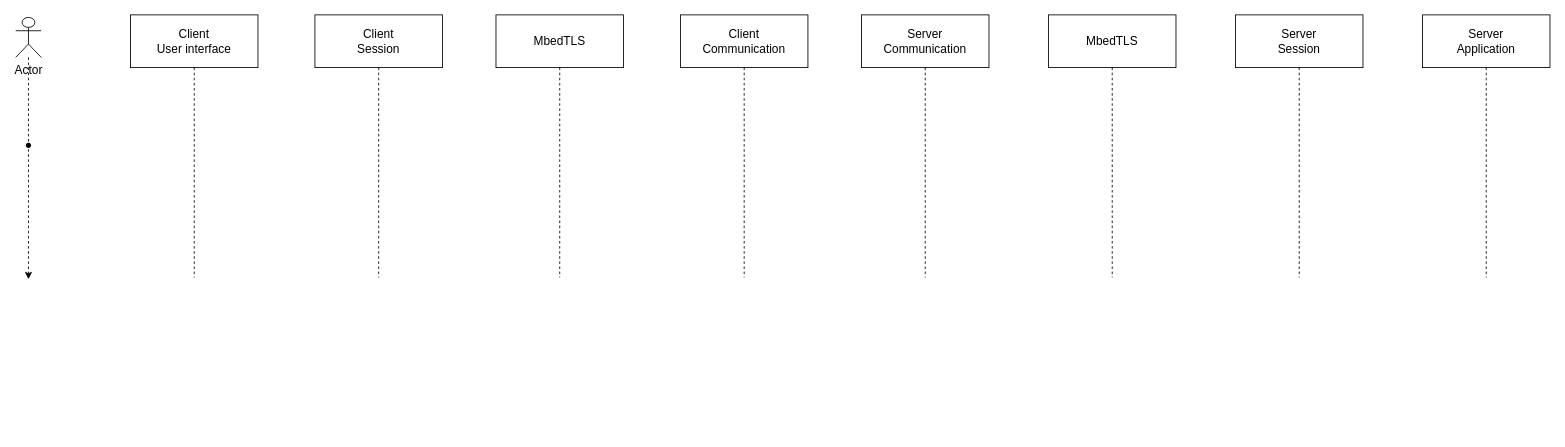
Above: docs/system_sequence_diagram.drawio in pernillamoreno/Exam-Security-Project (draw.io), before the change. Source tidied: cells renumbered, new cells numbered last; positions are measured from the earlier drawing's top-left corner, leaving out a move shared by most shapes. Both pictures are drawn from the tidied source at 85%, with x=0, y=0 at pixel (15, 14).
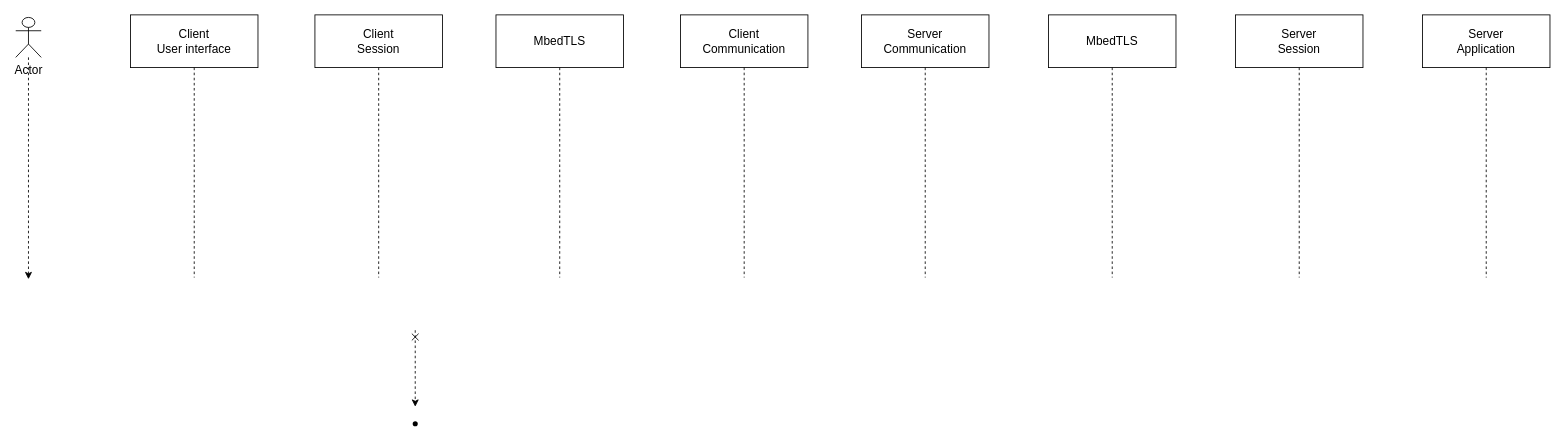
The same diagram, later.

What changed in the source:
```diff
@@
 <mxGraphModel>
   <root>
     <mxCell id="0" />
     <mxCell id="1" parent="0" />
     <mxCell id="2" value="&lt;font style=&quot;font-size: 14px;&quot;&gt;Client&lt;br&gt;User interface&lt;br&gt;&lt;/font&gt;" style="shape=umlLifeline;perimeter=lifelinePerimeter;whiteSpace=wrap;html=1;size=62;" parent="1" vertex="1">
       <mxGeometry x="135" width="150" height="309" as="geometry" />
     </mxCell>
     <mxCell id="3" value="&lt;font style=&quot;font-size: 14px;&quot;&gt;Client&lt;br&gt;Session&lt;/font&gt;" style="shape=umlLifeline;perimeter=lifelinePerimeter;whiteSpace=wrap;html=1;size=62;" parent="1" vertex="1">
       <mxGeometry x="352" width="150" height="309" as="geometry" />
     </mxCell>
     <mxCell id="4" value="&lt;span style=&quot;font-size: 14px;&quot;&gt;MbedTLS&lt;/span&gt;" style="shape=umlLifeline;perimeter=lifelinePerimeter;whiteSpace=wrap;html=1;size=62;" parent="1" vertex="1">
       <mxGeometry x="565" width="150" height="309" as="geometry" />
     </mxCell>
     <mxCell id="5" value="&lt;span style=&quot;font-size: 14px;&quot;&gt;Client&lt;br&gt;Communication&lt;br&gt;&lt;/span&gt;" style="shape=umlLifeline;perimeter=lifelinePerimeter;whiteSpace=wrap;html=1;size=62;" parent="1" vertex="1">
       <mxGeometry x="782" width="150" height="309" as="geometry" />
     </mxCell>
     <mxCell id="6" value="&lt;span style=&quot;font-size: 14px;&quot;&gt;Server&lt;br&gt;Communication&lt;br&gt;&lt;/span&gt;" style="shape=umlLifeline;perimeter=lifelinePerimeter;whiteSpace=wrap;html=1;size=62;" parent="1" vertex="1">
       <mxGeometry x="995" width="150" height="309" as="geometry" />
     </mxCell>
     <mxCell id="7" value="&lt;span style=&quot;font-size: 14px;&quot;&gt;MbedTLS&lt;br&gt;&lt;/span&gt;" style="shape=umlLifeline;perimeter=lifelinePerimeter;whiteSpace=wrap;html=1;size=62;" parent="1" vertex="1">
       <mxGeometry x="1215" width="150" height="309" as="geometry" />
     </mxCell>
     <mxCell id="8" value="&lt;span style=&quot;font-size: 14px;&quot;&gt;Server&lt;br&gt;Session&lt;br&gt;&lt;/span&gt;" style="shape=umlLifeline;perimeter=lifelinePerimeter;whiteSpace=wrap;html=1;size=62;" parent="1" vertex="1">
       <mxGeometry x="1435" width="150" height="309" as="geometry" />
     </mxCell>
     <mxCell id="9" value="&lt;span style=&quot;font-size: 14px;&quot;&gt;Server&lt;br&gt;Application&lt;br&gt;&lt;/span&gt;" style="shape=umlLifeline;perimeter=lifelinePerimeter;whiteSpace=wrap;html=1;size=62;" parent="1" vertex="1">
       <mxGeometry x="1655" width="150" height="309" as="geometry" />
     </mxCell>
     <mxCell id="10" style="edgeStyle=none;jumpStyle=line;html=1;dashed=1;strokeColor=default;fontSize=14;startArrow=none;startFill=0;" parent="1" edge="1" source="11">
       <mxGeometry relative="1" as="geometry">
         <mxPoint x="15" y="311" as="targetPoint" />
       </mxGeometry>
     </mxCell>
     <mxCell id="11" value="Actor" style="shape=umlActor;verticalLabelPosition=bottom;verticalAlign=top;html=1;fontSize=14;" parent="1" vertex="1">
       <mxGeometry y="3" width="30" height="47" as="geometry" />
     </mxCell>
-    <mxCell id="12" style="shape=waypoint;sketch=0;size=6;fillColor=rgb(255, 255, 255);perimeter=centerPerimeter;fontSize=14;verticalAlign=top;" parent="1" vertex="1">
-      <mxGeometry x="5" y="143.5" width="20" height="20" as="geometry" />
-    </mxCell>
+    <mxCell id="13" style="shape=waypoint;sketch=0;size=6;fillColor=default;perimeter=centerPerimeter;verticalAlign=top;dashed=1;gradientColor=none;" parent="1" vertex="1">
+      <mxGeometry x="460" y="471" width="20" height="20" as="geometry" />
+    </mxCell>
+    <mxCell id="14" style="edgeStyle=none;jumpStyle=line;html=1;dashed=1;strokeColor=default;startArrow=cross;startFill=0;" parent="1" edge="1">
+      <mxGeometry relative="1" as="geometry">
+        <mxPoint x="470" y="371" as="sourcePoint" />
+        <mxPoint x="470" y="461" as="targetPoint" />
+      </mxGeometry>
+    </mxCell>
   </root>
 </mxGraphModel>
```
